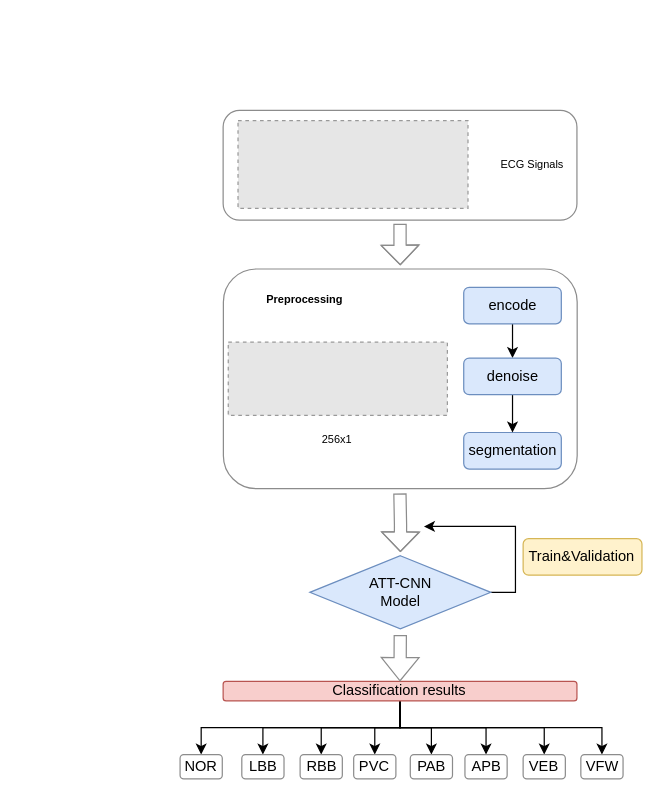
Earlier version of the draw.io diagram CNN+ATT-horizontal.drawio (WensonLuo/Drowio). Source tidied: cells renumbered, new cells numbered last; positions are measured from the earlier drawing's top-left corner, leaving out a move shared by most shapes. Both pictures are drawn from the tidied source at 122%, with x=0, y=0 at pixel (179, 110). Pictures stored in the file or linked from it are replaced by grey dashed boxes.
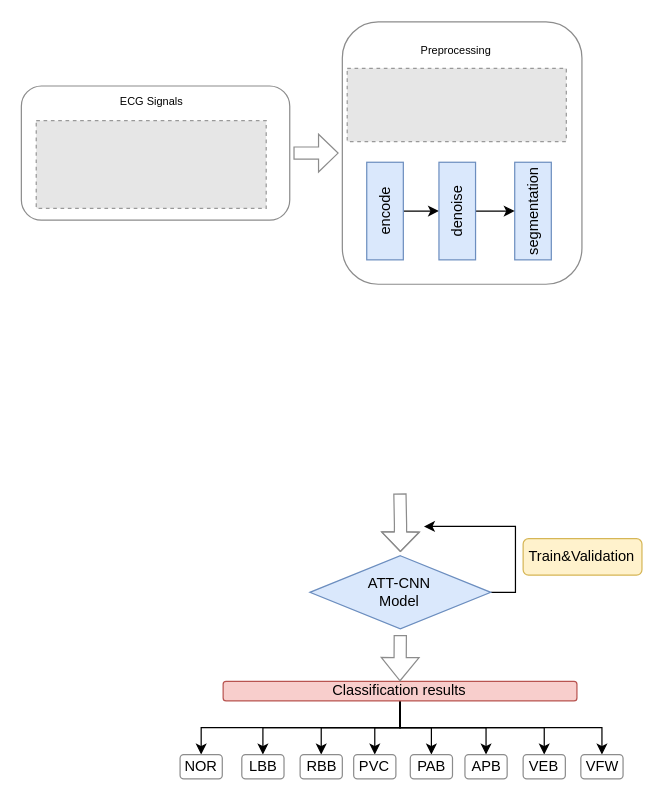
After the change.

What changed in the source:
```diff
@@
     <mxCell id="11" style="rounded=1;whiteSpace=wrap;html=1;strokeColor=#8C8C8C;" parent="1" vertex="1">
-      <mxGeometry x="35.6" y="130" width="290" height="180" as="geometry" />
+      <mxGeometry x="133.1" y="-72.5" width="196.4" height="215" as="geometry" />
     </mxCell>
@@
-    <mxCell id="13" style="edgeStyle=orthogonalEdgeStyle;rounded=0;jettySize=auto;html=1;exitX=0.5;exitY=1;exitDx=0;exitDy=0;" parent="1" edge="1" source="14" target="17">
+    <mxCell id="13" style="edgeStyle=orthogonalEdgeStyle;rounded=0;jettySize=auto;html=1;exitX=1;exitY=0.5;exitDx=0;exitDy=0;" parent="1" edge="1" source="14" target="17">
       <mxGeometry relative="1" as="geometry" />
     </mxCell>
-    <mxCell id="14" value="encode" style="rounded=1;whiteSpace=wrap;html=1;fillColor=#dae8fc;strokeColor=#6c8ebf;" parent="1" vertex="1">
-      <mxGeometry x="232.6" y="145" width="80" height="30" as="geometry" />
+    <mxCell id="14" value="encode" style="rounded=0;html=1;fillColor=#dae8fc;strokeColor=#6c8ebf;labelPosition=center;verticalLabelPosition=middle;align=center;verticalAlign=middle;whiteSpace=wrap;horizontal=0;" parent="1" vertex="1">
+      <mxGeometry x="153.1" y="42.5" width="30" height="80" as="geometry" />
     </mxCell>
-    <mxCell id="15" value="segmentation" style="rounded=1;whiteSpace=wrap;html=1;fillColor=#dae8fc;strokeColor=#6c8ebf;" parent="1" vertex="1">
-      <mxGeometry x="232.6" y="264" width="80" height="30" as="geometry" />
+    <mxCell id="15" value="segmentation" style="rounded=0;whiteSpace=wrap;html=1;fillColor=#dae8fc;strokeColor=#6c8ebf;labelPosition=center;verticalLabelPosition=middle;align=center;verticalAlign=middle;horizontal=0;" parent="1" vertex="1">
+      <mxGeometry x="274.4" y="42.5" width="30" height="80" as="geometry" />
     </mxCell>
@@
-    <mxCell id="17" value="denoise" style="rounded=1;whiteSpace=wrap;html=1;fillColor=#dae8fc;strokeColor=#6c8ebf;" parent="1" vertex="1">
-      <mxGeometry x="232.6" y="203" width="80" height="30" as="geometry" />
+    <mxCell id="17" value="denoise" style="rounded=0;whiteSpace=wrap;html=1;fillColor=#dae8fc;strokeColor=#6c8ebf;labelPosition=center;verticalLabelPosition=middle;align=center;verticalAlign=middle;horizontal=0;" parent="1" vertex="1">
+      <mxGeometry x="212.3" y="42.5" width="30" height="80" as="geometry" />
     </mxCell>
@@
     <mxCell id="19" style="fillColor=#E6E6E6;strokeColor=#999999;dashed=1;verticalLabelPosition=bottom;labelBackgroundColor=#ffffff;verticalAlign=top;" parent="1" vertex="1">
-      <mxGeometry x="39.6" y="190" width="179.6" height="60" as="geometry" />
+      <mxGeometry x="137.1" y="-34.5" width="179.6" height="60" as="geometry" />
     </mxCell>
     <mxCell id="20" style="group;" parent="1" vertex="1">
-      <mxGeometry x="35.4" width="292.5" height="90" as="geometry" />
+      <mxGeometry x="-130" width="292.5" height="90" as="geometry" />
     </mxCell>
     <mxCell id="21" style="rounded=1;whiteSpace=wrap;html=1;strokeColor=#8C8C8C;" parent="20" vertex="1">
-      <mxGeometry width="290" height="90" as="geometry" />
+      <mxGeometry y="-20" width="220" height="110" as="geometry" />
     </mxCell>
@@
-    <mxCell id="23" value="ECG Signals" style="text;html=1;strokeColor=none;fillColor=none;align=center;verticalAlign=middle;whiteSpace=wrap;rounded=0;shadow=0;glass=0;dashed=1;sketch=0;fontSize=9;" parent="20" vertex="1">
-      <mxGeometry x="214.9" y="35" width="77.6" height="20" as="geometry" />
-    </mxCell>
-    <mxCell id="24" value="256x1" style="text;html=1;strokeColor=none;fillColor=none;align=center;verticalAlign=middle;whiteSpace=wrap;rounded=0;shadow=0;glass=0;dashed=1;sketch=0;fontSize=9;" parent="1" vertex="1">
-      <mxGeometry x="94.4" y="260" width="70" height="20" as="geometry" />
-    </mxCell>
@@
-    <mxCell id="37" value="&lt;b&gt;Preprocessing&lt;/b&gt;" style="text;html=1;strokeColor=none;fillColor=none;align=center;verticalAlign=middle;whiteSpace=wrap;rounded=0;shadow=0;glass=0;dashed=1;sketch=0;fontSize=9;" parent="1" vertex="1">
-      <mxGeometry x="63.4" y="145" width="79" height="20" as="geometry" />
+    <mxCell id="37" value="Preprocessing" style="text;html=1;strokeColor=none;fillColor=none;align=center;verticalAlign=middle;whiteSpace=wrap;rounded=0;shadow=0;glass=0;dashed=1;sketch=0;fontSize=9;" parent="1" vertex="1">
+      <mxGeometry x="187.4" y="-59.5" width="79" height="20" as="geometry" />
     </mxCell>
+    <mxCell id="23" value="ECG Signals" style="text;html=1;strokeColor=none;fillColor=none;align=center;verticalAlign=middle;whiteSpace=wrap;rounded=0;shadow=0;glass=0;dashed=1;sketch=0;fontSize=9;" parent="1" vertex="1">
+      <mxGeometry x="-62.4" y="-17" width="77.6" height="20" as="geometry" />
+    </mxCell>
```
